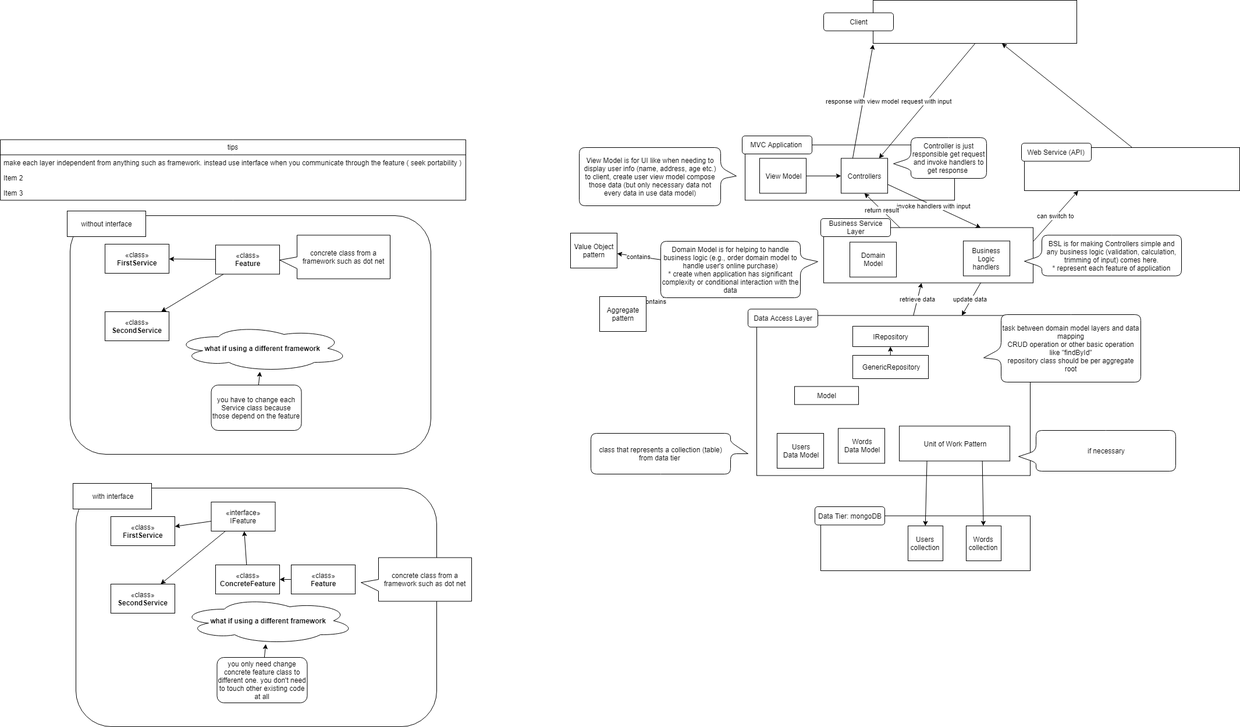
Before: vocabs.png, a diagram exported from draw.io (stsiwo/vocabs). Source tidied: cells renumbered, new cells last; positions are measured from the earlier drawing's top-left corner, leaving out a move shared by most shapes.
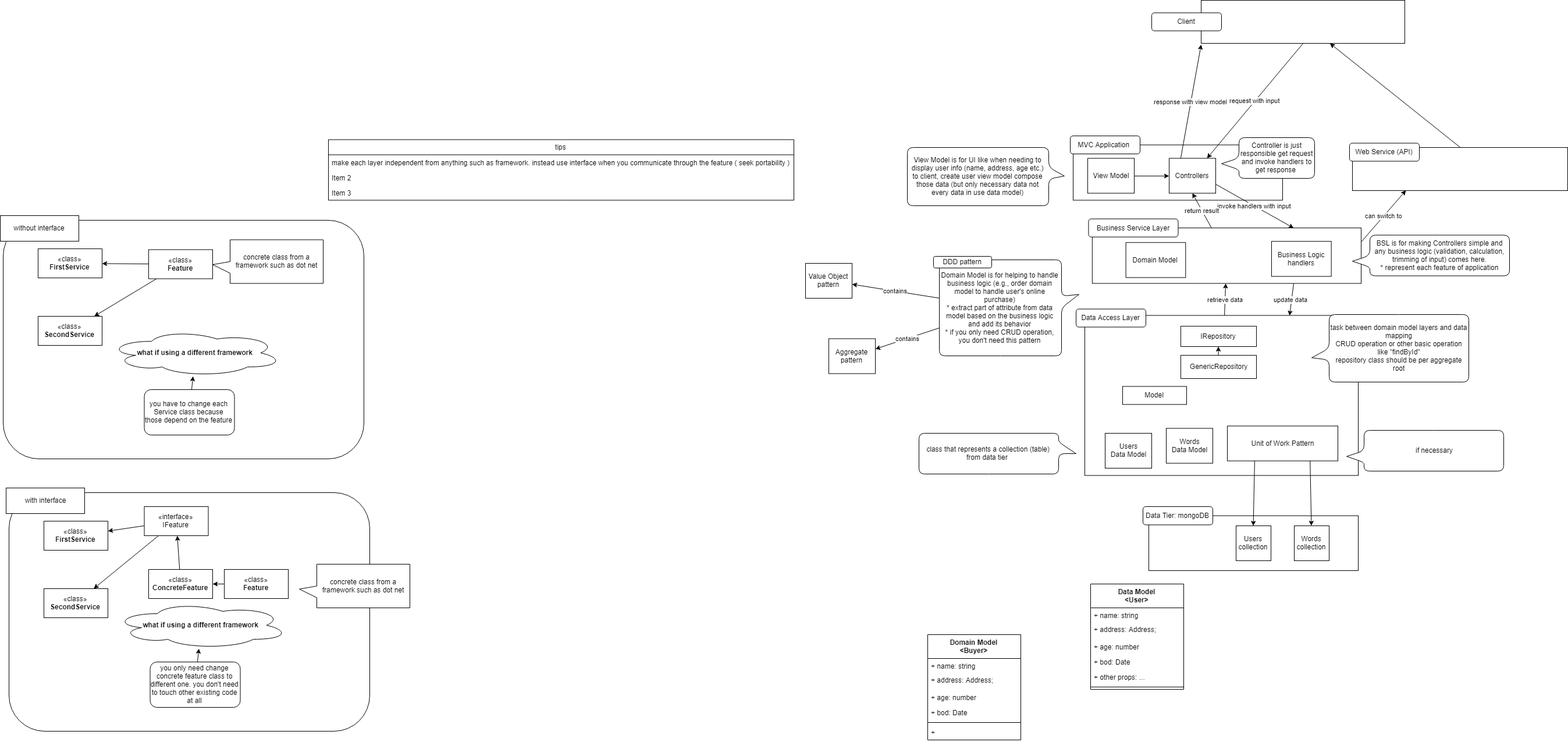
The same file after the commit.

What changed in the source:
```diff
@@ -3,7 +3,7 @@
     <mxCell id="0" />
     <mxCell id="1" parent="0" />
     <mxCell id="2" style="rounded=1;whiteSpace=wrap;html=1;" parent="1" vertex="1">
-      <mxGeometry x="120" y="370" width="620" height="410" as="geometry" />
+      <mxGeometry x="-559" y="378" width="620" height="410" as="geometry" />
     </mxCell>
     <mxCell id="3" style="group;" parent="1" vertex="1">
       <mxGeometry x="1400" y="671.5" width="370" height="145" as="geometry" />
@@ -42,19 +42,19 @@
       <mxGeometry x="1690" y="540" width="270" height="116" as="geometry" />
     </mxCell>
     <mxCell id="15" style="group;" parent="1" vertex="1">
-      <mxGeometry x="1405" y="340.5" width="370" height="149.5" as="geometry" />
+      <mxGeometry x="1300" y="341" width="475" height="150" as="geometry" />
     </mxCell>
     <mxCell id="16" style="rounded=0;whiteSpace=wrap;html=1;" parent="15" vertex="1">
-      <mxGeometry x="10" y="50" width="360" height="95" as="geometry" />
+      <mxGeometry x="12.8" y="50.2" width="462.2" height="95.3" as="geometry" />
     </mxCell>
     <mxCell id="17" value="Domain Model" style="rounded=0;whiteSpace=wrap;html=1;" parent="15" vertex="1">
-      <mxGeometry x="55" y="75" width="80" height="60" as="geometry" />
+      <mxGeometry x="70.6" y="75.3" width="102.7" height="60.2" as="geometry" />
     </mxCell>
     <mxCell id="18" value="Business Logic handlers" style="rounded=0;whiteSpace=wrap;html=1;" parent="15" vertex="1">
-      <mxGeometry x="250" y="73" width="80" height="60" as="geometry" />
+      <mxGeometry x="320.9" y="73.2" width="102.7" height="60.2" as="geometry" />
     </mxCell>
     <mxCell id="19" value="Business Service Layer" style="rounded=1;whiteSpace=wrap;html=1;" parent="15" vertex="1">
-      <mxGeometry x="5" y="34.5" width="120" height="31" as="geometry" />
+      <mxGeometry x="6.4" y="34.6" width="154.1" height="31.1" as="geometry" />
     </mxCell>
     <mxCell id="20" value="update data&amp;nbsp;" style="edgeStyle=none;rounded=0;html=1;exitX=0.75;exitY=1;jettySize=auto;entryX=0.75;entryY=0;" parent="1" edge="1" source="16" target="4">
       <mxGeometry relative="1" as="geometry" />
@@ -115,14 +115,14 @@
     <mxCell id="38" value="contains" style="edgeStyle=none;rounded=0;html=1;jettySize=auto;" parent="1" edge="1" source="39" target="41">
       <mxGeometry relative="1" as="geometry" />
     </mxCell>
-    <mxCell id="39" value="Domain Model is for helping to handle business logic (e.g., order domain model to handle user's online purchase)&lt;br&gt;* create when application has significant complexity or conditional interaction with the data&lt;br&gt;" style="shape=callout;whiteSpace=wrap;html=1;perimeter=calloutPerimeter;rounded=1;direction=north;position2=0.64;" parent="1" vertex="1">
-      <mxGeometry x="1135" y="414" width="270" height="97" as="geometry" />
+    <mxCell id="39" value="Domain Model is for helping to handle business logic (e.g., order domain model to handle user's online purchase)&lt;br&gt;* extract part of attribute from data model based on the business logic and add its behavior&lt;br&gt;* if you only need CRUD operation, you don't need this pattern&lt;br&gt;" style="shape=callout;whiteSpace=wrap;html=1;perimeter=calloutPerimeter;rounded=1;direction=north;position2=0.64;" parent="1" vertex="1">
+      <mxGeometry x="1050" y="446" width="240" height="165" as="geometry" />
     </mxCell>
     <mxCell id="40" value="Value Object pattern" style="rounded=0;whiteSpace=wrap;html=1;" parent="1" vertex="1">
-      <mxGeometry x="980" y="400" width="80" height="60" as="geometry" />
+      <mxGeometry x="820" y="452" width="80" height="60" as="geometry" />
     </mxCell>
     <mxCell id="41" value="Aggregate pattern" style="rounded=0;whiteSpace=wrap;html=1;" parent="1" vertex="1">
-      <mxGeometry x="1030" y="509" width="80" height="60" as="geometry" />
+      <mxGeometry x="860" y="581.5" width="80" height="60" as="geometry" />
     </mxCell>
     <mxCell id="42" style="edgeStyle=none;rounded=0;html=1;exitX=0.5;exitY=0;jettySize=auto;" parent="1" edge="1" source="43" target="29">
       <mxGeometry relative="1" as="geometry" />
@@ -173,7 +173,7 @@
       <mxGeometry y="78" width="800" height="26" as="geometry" />
     </mxCell>
     <mxCell id="58" value="«class»&lt;br&gt;&lt;b&gt;FirstService&lt;/b&gt;&lt;br&gt;" style="html=1;" parent="1" vertex="1">
-      <mxGeometry x="180" y="419" width="110" height="50" as="geometry" />
+      <mxGeometry x="-499" y="427" width="110" height="50" as="geometry" />
     </mxCell>
     <mxCell id="59" style="edgeStyle=none;rounded=0;html=1;jettySize=auto;" parent="1" edge="1" source="61" target="58">
       <mxGeometry relative="1" as="geometry" />
@@ -182,55 +182,55 @@
       <mxGeometry relative="1" as="geometry" />
     </mxCell>
     <mxCell id="61" value="«class»&lt;br&gt;&lt;b&gt;Feature&lt;/b&gt;&lt;br&gt;" style="html=1;" parent="1" vertex="1">
-      <mxGeometry x="370" y="420.5" width="110" height="50" as="geometry" />
+      <mxGeometry x="-309" y="428.5" width="110" height="50" as="geometry" />
     </mxCell>
     <mxCell id="62" value="concrete class from a framework such as dot net" style="shape=callout;whiteSpace=wrap;html=1;perimeter=calloutPerimeter;direction=south;position2=0.57;" parent="1" vertex="1">
-      <mxGeometry x="480" y="403.5" width="190" height="75" as="geometry" />
+      <mxGeometry x="-199" y="411.5" width="190" height="75" as="geometry" />
     </mxCell>
     <mxCell id="63" value="«class»&lt;br&gt;&lt;b&gt;SecondService&lt;/b&gt;&lt;br&gt;" style="html=1;" parent="1" vertex="1">
-      <mxGeometry x="180" y="535" width="110" height="50" as="geometry" />
+      <mxGeometry x="-499" y="543" width="110" height="50" as="geometry" />
     </mxCell>
     <mxCell id="64" value="&lt;b&gt;what if using a different framework&lt;/b&gt;" style="ellipse;shape=cloud;whiteSpace=wrap;html=1;" parent="1" vertex="1">
-      <mxGeometry x="300" y="558" width="300" height="80" as="geometry" />
+      <mxGeometry x="-379" y="566" width="300" height="80" as="geometry" />
     </mxCell>
     <mxCell id="65" style="edgeStyle=none;rounded=0;html=1;jettySize=auto;" parent="1" edge="1" source="66" target="64">
       <mxGeometry relative="1" as="geometry" />
     </mxCell>
     <mxCell id="66" value="you have to change each Service class because those depend on the feature" style="rounded=1;whiteSpace=wrap;html=1;" parent="1" vertex="1">
-      <mxGeometry x="362.5" y="661" width="155" height="78" as="geometry" />
+      <mxGeometry x="-316.5" y="669" width="155" height="78" as="geometry" />
     </mxCell>
     <mxCell id="67" value="without interface" style="rounded=0;whiteSpace=wrap;html=1;" parent="1" vertex="1">
-      <mxGeometry x="115" y="362" width="135" height="44" as="geometry" />
+      <mxGeometry x="-564" y="370" width="135" height="44" as="geometry" />
     </mxCell>
     <mxCell id="68" style="rounded=1;whiteSpace=wrap;html=1;" parent="1" vertex="1">
-      <mxGeometry x="130" y="838" width="620" height="410" as="geometry" />
+      <mxGeometry x="-549" y="846" width="620" height="410" as="geometry" />
     </mxCell>
     <mxCell id="69" value="«class»&lt;br&gt;&lt;b&gt;FirstService&lt;/b&gt;&lt;br&gt;" style="html=1;" parent="1" vertex="1">
-      <mxGeometry x="190" y="887" width="110" height="50" as="geometry" />
+      <mxGeometry x="-489" y="895" width="110" height="50" as="geometry" />
     </mxCell>
     <mxCell id="70" style="edgeStyle=none;rounded=0;html=1;jettySize=auto;" parent="1" edge="1" source="71" target="82">
       <mxGeometry relative="1" as="geometry" />
     </mxCell>
     <mxCell id="71" value="«class»&lt;br&gt;&lt;b&gt;Feature&lt;/b&gt;&lt;br&gt;" style="html=1;" parent="1" vertex="1">
-      <mxGeometry x="500" y="970" width="110" height="50" as="geometry" />
+      <mxGeometry x="-179" y="978" width="110" height="50" as="geometry" />
     </mxCell>
     <mxCell id="72" value="concrete class from a framework such as dot net" style="shape=callout;whiteSpace=wrap;html=1;perimeter=calloutPerimeter;direction=south;position2=0.57;" parent="1" vertex="1">
-      <mxGeometry x="620" y="957.5" width="190" height="75" as="geometry" />
+      <mxGeometry x="-50" y="969" width="190" height="75" as="geometry" />
     </mxCell>
     <mxCell id="73" value="«class»&lt;br&gt;&lt;b&gt;SecondService&lt;/b&gt;&lt;br&gt;" style="html=1;" parent="1" vertex="1">
-      <mxGeometry x="190" y="1003" width="110" height="50" as="geometry" />
+      <mxGeometry x="-489" y="1011" width="110" height="50" as="geometry" />
     </mxCell>
     <mxCell id="74" value="&lt;b&gt;what if using a different framework&lt;/b&gt;" style="ellipse;shape=cloud;whiteSpace=wrap;html=1;" parent="1" vertex="1">
-      <mxGeometry x="310" y="1026" width="300" height="80" as="geometry" />
+      <mxGeometry x="-369" y="1034" width="300" height="80" as="geometry" />
     </mxCell>
     <mxCell id="75" style="edgeStyle=none;rounded=0;html=1;jettySize=auto;" parent="1" edge="1" source="76" target="74">
       <mxGeometry relative="1" as="geometry" />
     </mxCell>
     <mxCell id="76" value="you only need change concrete feature class to different one. you don't need to touch other existing code at all" style="rounded=1;whiteSpace=wrap;html=1;" parent="1" vertex="1">
-      <mxGeometry x="372.5" y="1129" width="155" height="78" as="geometry" />
+      <mxGeometry x="-306.5" y="1137" width="155" height="78" as="geometry" />
     </mxCell>
     <mxCell id="77" value="with interface" style="rounded=0;whiteSpace=wrap;html=1;" parent="1" vertex="1">
-      <mxGeometry x="125" y="830" width="135" height="44" as="geometry" />
+      <mxGeometry x="-554" y="838" width="135" height="44" as="geometry" />
     </mxCell>
     <mxCell id="78" style="edgeStyle=none;rounded=0;html=1;jettySize=auto;" parent="1" edge="1" source="80" target="69">
       <mxGeometry relative="1" as="geometry" />
@@ -239,13 +239,58 @@
       <mxGeometry relative="1" as="geometry" />
     </mxCell>
     <mxCell id="80" value="«interface»&lt;br&gt;IFeature&lt;br&gt;" style="html=1;" parent="1" vertex="1">
-      <mxGeometry x="362.5" y="862" width="110" height="50" as="geometry" />
+      <mxGeometry x="-316.5" y="870" width="110" height="50" as="geometry" />
     </mxCell>
     <mxCell id="81" style="edgeStyle=none;rounded=0;html=1;jettySize=auto;" parent="1" edge="1" source="82" target="80">
       <mxGeometry relative="1" as="geometry" />
     </mxCell>
     <mxCell id="82" value="«class»&lt;br&gt;&lt;b&gt;ConcreteFeature&lt;/b&gt;&lt;br&gt;" style="html=1;" parent="1" vertex="1">
-      <mxGeometry x="370" y="970" width="110" height="50" as="geometry" />
+      <mxGeometry x="-309" y="978" width="110" height="50" as="geometry" />
     </mxCell>
+    <mxCell id="83" value="Domain Model&#10;&lt;Buyer&gt;&#10;" style="swimlane;fontStyle=1;align=center;verticalAlign=top;horizontal=1;startSize=41;" parent="1" vertex="1">
+      <mxGeometry x="1030" y="1090" width="160" height="181" as="geometry" />
+    </mxCell>
+    <mxCell id="84" value="+ name: string" style="text;strokeColor=none;fillColor=none;align=left;verticalAlign=top;spacingLeft=4;spacingRight=4;overflow=hidden;" parent="83" vertex="1">
+      <mxGeometry y="41" width="160" height="24" as="geometry" />
+    </mxCell>
+    <mxCell id="85" value="+ address: Address;" style="text;strokeColor=none;fillColor=none;align=left;verticalAlign=top;spacingLeft=4;spacingRight=4;overflow=hidden;" parent="83" vertex="1">
+      <mxGeometry y="65" width="160" height="30" as="geometry" />
+    </mxCell>
+    <mxCell id="86" value="+ age: number" style="text;strokeColor=none;fillColor=none;align=left;verticalAlign=top;spacingLeft=4;spacingRight=4;overflow=hidden;" parent="83" vertex="1">
+      <mxGeometry y="95" width="160" height="26" as="geometry" />
+    </mxCell>
+    <mxCell id="87" value="+ bod: Date" style="text;strokeColor=none;fillColor=none;align=left;verticalAlign=top;spacingLeft=4;spacingRight=4;overflow=hidden;" parent="83" vertex="1">
+      <mxGeometry y="121" width="160" height="26" as="geometry" />
+    </mxCell>
+    <mxCell id="88" style="line;strokeWidth=1;fillColor=none;align=left;verticalAlign=middle;spacingTop=-1;spacingLeft=3;spacingRight=3;labelPosition=right;" parent="83" vertex="1">
+      <mxGeometry y="147" width="160" height="8" as="geometry" />
+    </mxCell>
+    <mxCell id="89" value="+ " style="text;strokeColor=none;fillColor=none;align=left;verticalAlign=top;spacingLeft=4;spacingRight=4;overflow=hidden;" parent="83" vertex="1">
+      <mxGeometry y="155" width="160" height="26" as="geometry" />
+    </mxCell>
+    <mxCell id="90" value="Data Model&#10;&lt;User&gt;&#10;" style="swimlane;fontStyle=1;align=center;verticalAlign=top;horizontal=1;startSize=41;" parent="1" vertex="1">
+      <mxGeometry x="1310" y="1003" width="160" height="181" as="geometry" />
+    </mxCell>
+    <mxCell id="91" value="+ name: string" style="text;strokeColor=none;fillColor=none;align=left;verticalAlign=top;spacingLeft=4;spacingRight=4;overflow=hidden;" parent="90" vertex="1">
+      <mxGeometry y="41" width="160" height="24" as="geometry" />
+    </mxCell>
+    <mxCell id="92" value="+ address: Address;" style="text;strokeColor=none;fillColor=none;align=left;verticalAlign=top;spacingLeft=4;spacingRight=4;overflow=hidden;" parent="90" vertex="1">
+      <mxGeometry y="65" width="160" height="30" as="geometry" />
+    </mxCell>
+    <mxCell id="93" value="+ age: number" style="text;strokeColor=none;fillColor=none;align=left;verticalAlign=top;spacingLeft=4;spacingRight=4;overflow=hidden;" parent="90" vertex="1">
+      <mxGeometry y="95" width="160" height="26" as="geometry" />
+    </mxCell>
+    <mxCell id="94" value="+ bod: Date" style="text;strokeColor=none;fillColor=none;align=left;verticalAlign=top;spacingLeft=4;spacingRight=4;overflow=hidden;" parent="90" vertex="1">
+      <mxGeometry y="121" width="160" height="26" as="geometry" />
+    </mxCell>
+    <mxCell id="95" value="+ other props: ..." style="text;strokeColor=none;fillColor=none;align=left;verticalAlign=top;spacingLeft=4;spacingRight=4;overflow=hidden;" parent="90" vertex="1">
+      <mxGeometry y="147" width="160" height="26" as="geometry" />
+    </mxCell>
+    <mxCell id="96" style="line;strokeWidth=1;fillColor=none;align=left;verticalAlign=middle;spacingTop=-1;spacingLeft=3;spacingRight=3;labelPosition=right;" parent="90" vertex="1">
+      <mxGeometry y="173" width="160" height="8" as="geometry" />
+    </mxCell>
+    <mxCell id="97" value="DDD pattern" style="rounded=1;whiteSpace=wrap;html=1;" parent="1" vertex="1">
+      <mxGeometry x="1040" y="440" width="100" height="20" as="geometry" />
+    </mxCell>
   </root>
 </mxGraphModel>
```
